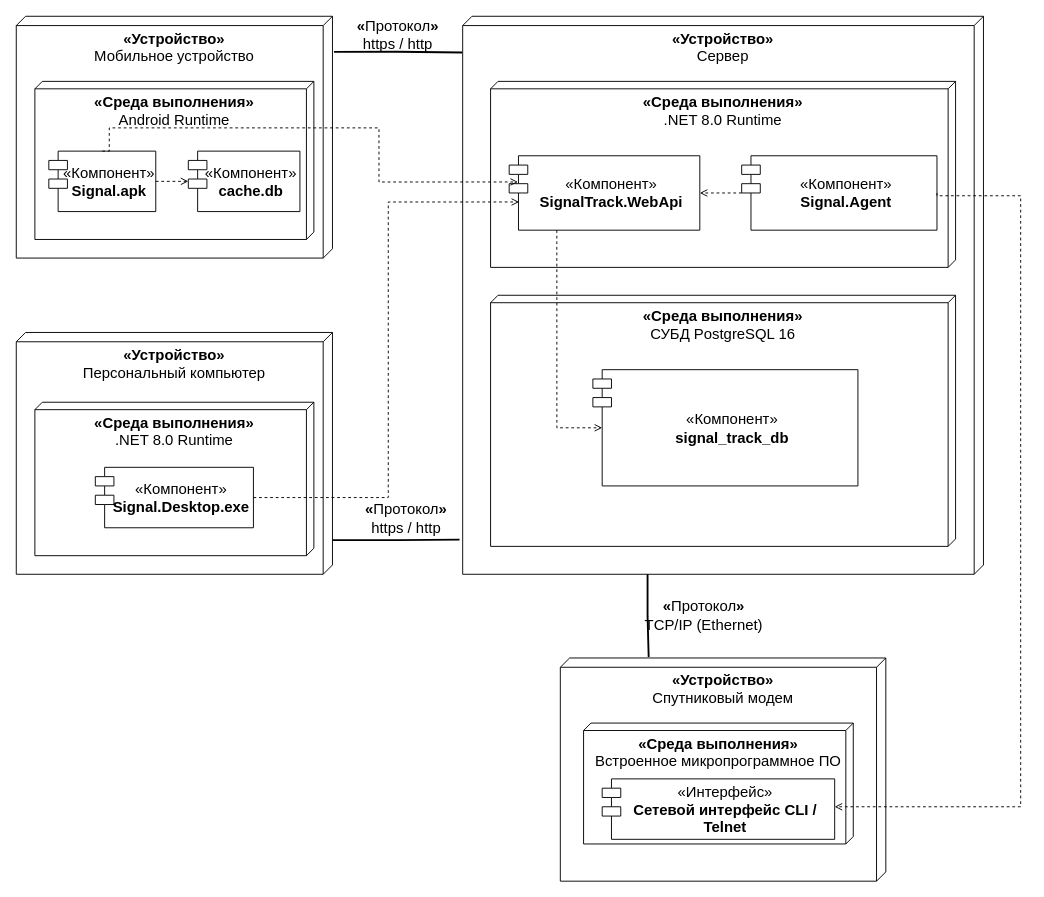
Earlier version of the draw.io diagram deployment-diagram.drawio (Skverno-Slov/kursach). Source tidied: cells renumbered, new cells numbered last; positions are measured from the earlier drawing's top-left corner, leaving out a move shared by most shapes. Both pictures are drawn from the tidied source at 93%, with x=0, y=0 at pixel (16, 16).
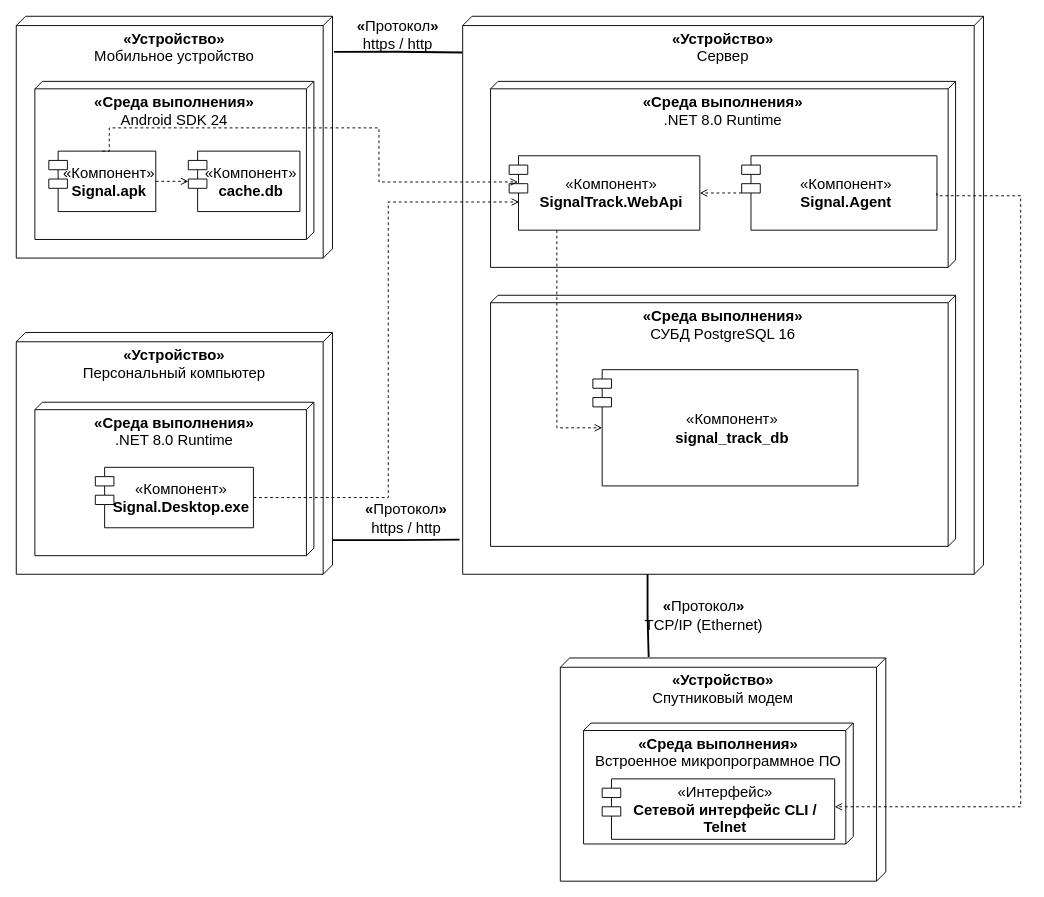
After the change.

The edit, as a diff of the source:
```diff
@@
-    <mxCell id="3" value="&lt;b style=&quot;font-size: 16px;&quot;&gt;«Среда выполнения»&lt;/b&gt;&lt;br style=&quot;font-size: 16px;&quot;&gt;Android Runtime" style="verticalAlign=top;align=center;spacingTop=6;shape=cube;size=8;direction=south;html=1;whiteSpace=wrap;fontSize=16;" parent="1" vertex="1">
+    <mxCell id="3" value="&lt;b style=&quot;font-size: 16px;&quot;&gt;«Среда выполнения»&lt;/b&gt;&lt;br style=&quot;font-size: 16px;&quot;&gt;Android SDK 24" style="verticalAlign=top;align=center;spacingTop=6;shape=cube;size=8;direction=south;html=1;whiteSpace=wrap;fontSize=16;" parent="1" vertex="1">
       <mxGeometry x="20" y="70" width="300" height="170" as="geometry" />
     </mxCell>
```
